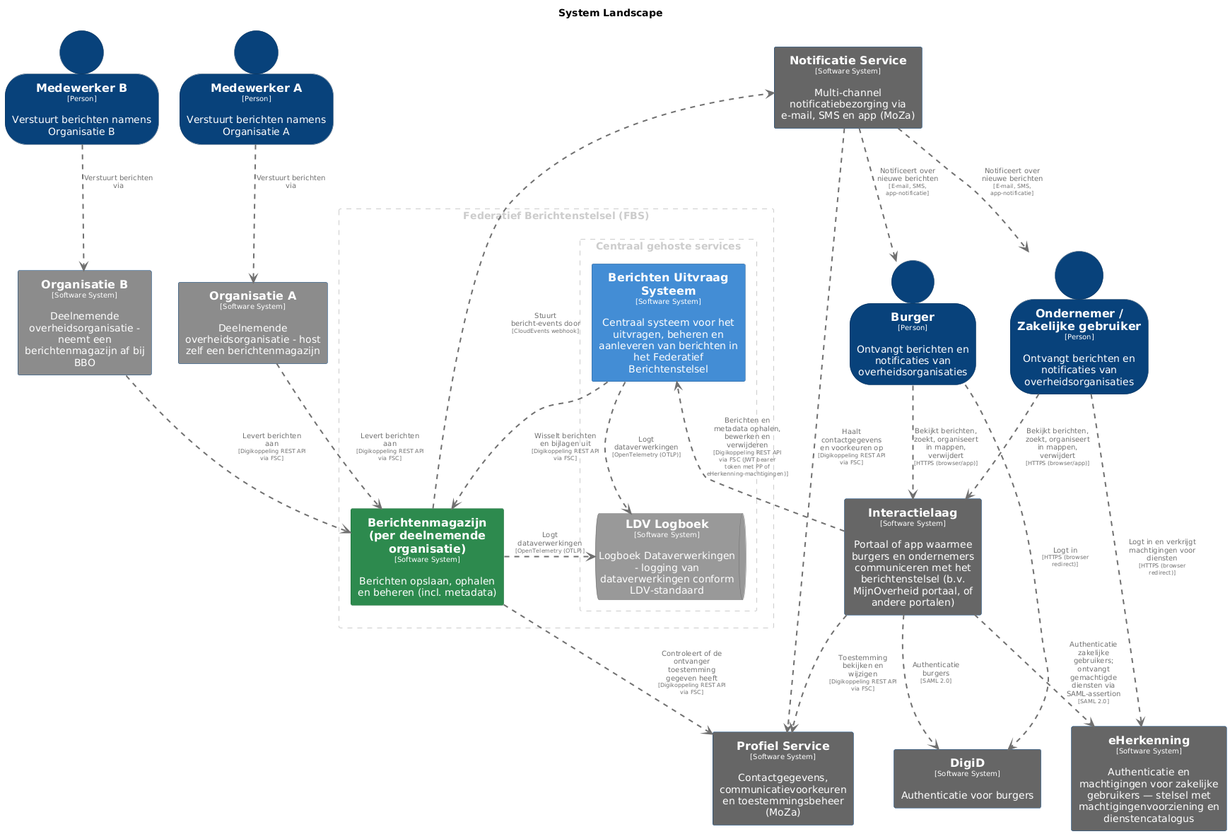
Above: pr-preview/pr-22/master/png/SystemLandscape.png in MinBZK/moza-poc-fbs-berichtenbox (PlantUML), before the change.
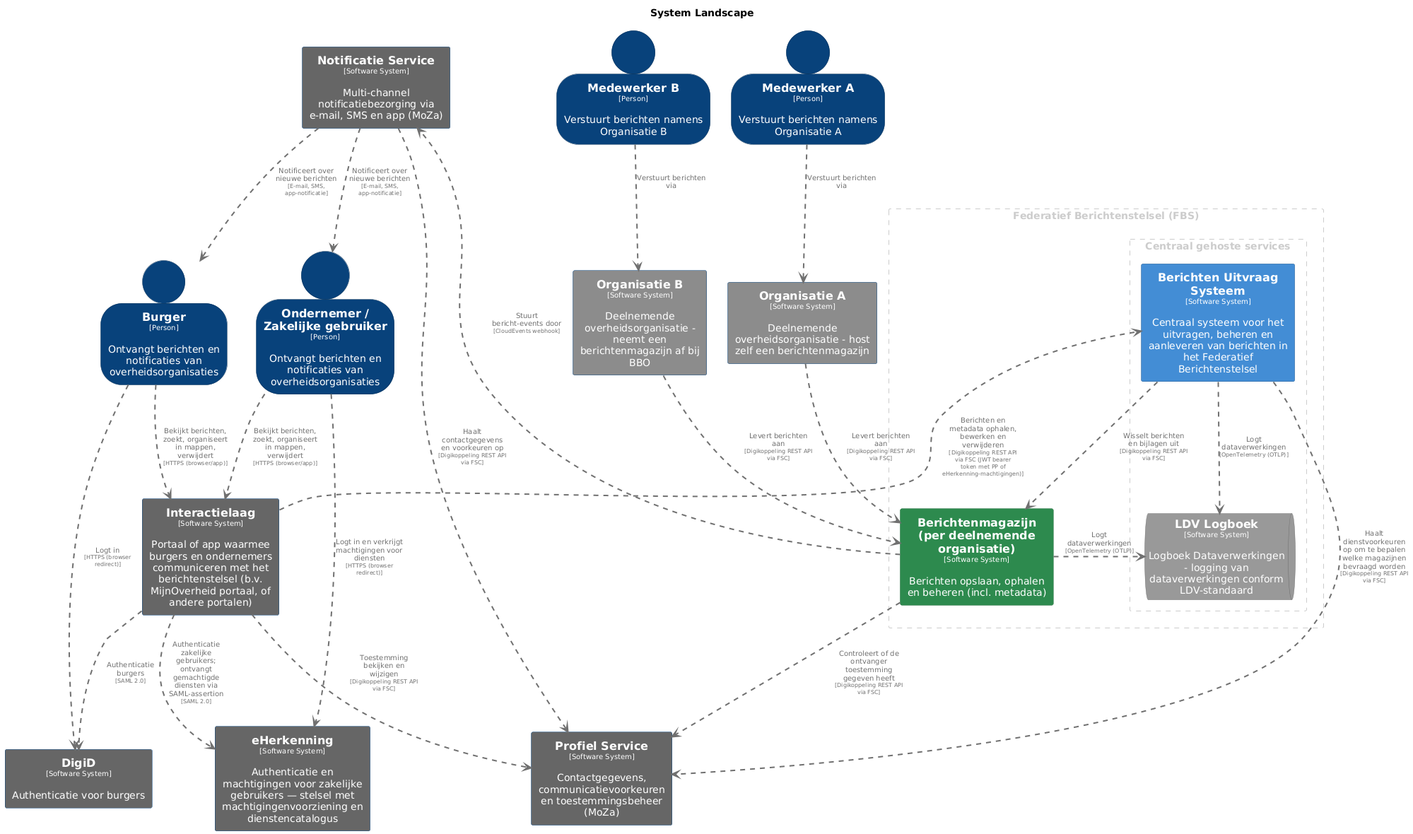
The same file after the commit.

Diff of the diagram source:
```diff
@@ -129,6 +129,7 @@
 rectangle "==eHerkenning\n<size:10>[Software System]</size>\n\nAuthenticatie en machtigingen voor zakelijke gebruikers — stelsel met machtigingenvoorziening en dienstencatalogus" <<eHerkenning>> as eHerkenning
 rectangle "==DigiD\n<size:10>[Software System]</size>\n\nAuthenticatie voor burgers" <<DigiD>> as DigiD
 
+BerichtenUitvraagSysteem .[#707070,thickness=2].> ProfielService : "<color:#707070>Haalt dienstvoorkeuren op om te bepalen welke magazijnen bevraagd worden\n<color:#707070><size:8>[Digikoppeling REST API via FSC]</size>"
 Berichtenmagazijnperdeelnemendeorganisatie .[#707070,thickness=2].> LDVLogboek : "<color:#707070>Logt dataverwerkingen\n<color:#707070><size:8>[OpenTelemetry (OTLP)]</size>"
 BerichtenUitvraagSysteem .[#707070,thickness=2].> LDVLogboek : "<color:#707070>Logt dataverwerkingen\n<color:#707070><size:8>[OpenTelemetry (OTLP)]</size>"
 BerichtenUitvraagSysteem .[#707070,thickness=2].> Berichtenmagazijnperdeelnemendeorganisatie : "<color:#707070>Wisselt berichten en bijlagen uit\n<color:#707070><size:8>[Digikoppeling REST API via FSC]</size>"
```
